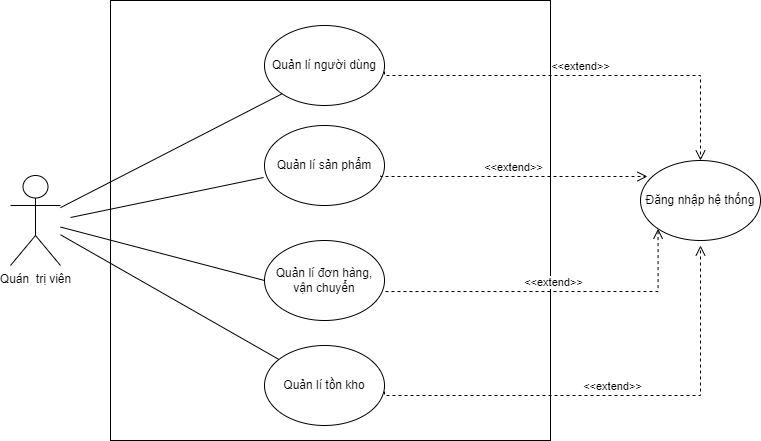
The draw.io diagram report/sơ đò tổng thể.drawio.png in imstudent2210/DATN, before a commit. Source tidied: cells renumbered, new cells last; positions are measured from the earlier drawing's top-left corner, leaving out a move shared by most shapes.
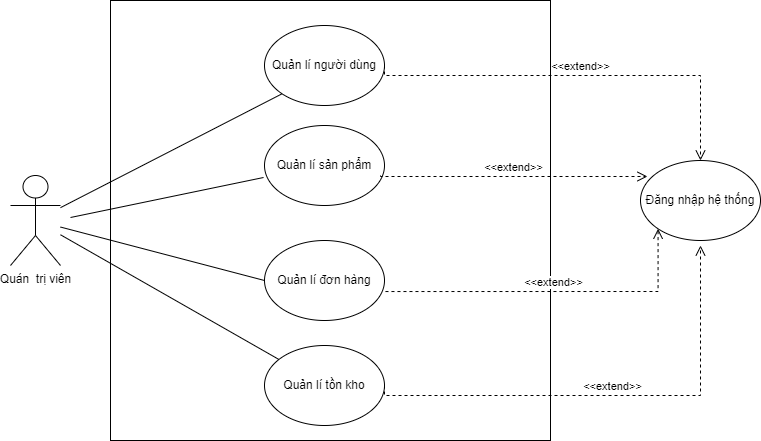
After the commit.

Commit message:
Cập nhật sơ đò tổng thể.drawio.png

Diff of the diagram source:
```diff
@@ -11,7 +11,7 @@
     <mxCell id="4" value="Quản lí người dùng" style="ellipse;whiteSpace=wrap;html=1;" parent="1" vertex="1">
       <mxGeometry x="254" y="25" width="120" height="80" as="geometry" />
     </mxCell>
-    <mxCell id="5" value="Quản lí đơn hàng, vận chuyển" style="ellipse;whiteSpace=wrap;html=1;" parent="1" vertex="1">
+    <mxCell id="5" value="Quản lí đơn hàng" style="ellipse;whiteSpace=wrap;html=1;" parent="1" vertex="1">
       <mxGeometry x="254" y="240" width="120" height="80" as="geometry" />
     </mxCell>
     <mxCell id="6" value="Quản lí tồn kho" style="ellipse;whiteSpace=wrap;html=1;" parent="1" vertex="1">
```
